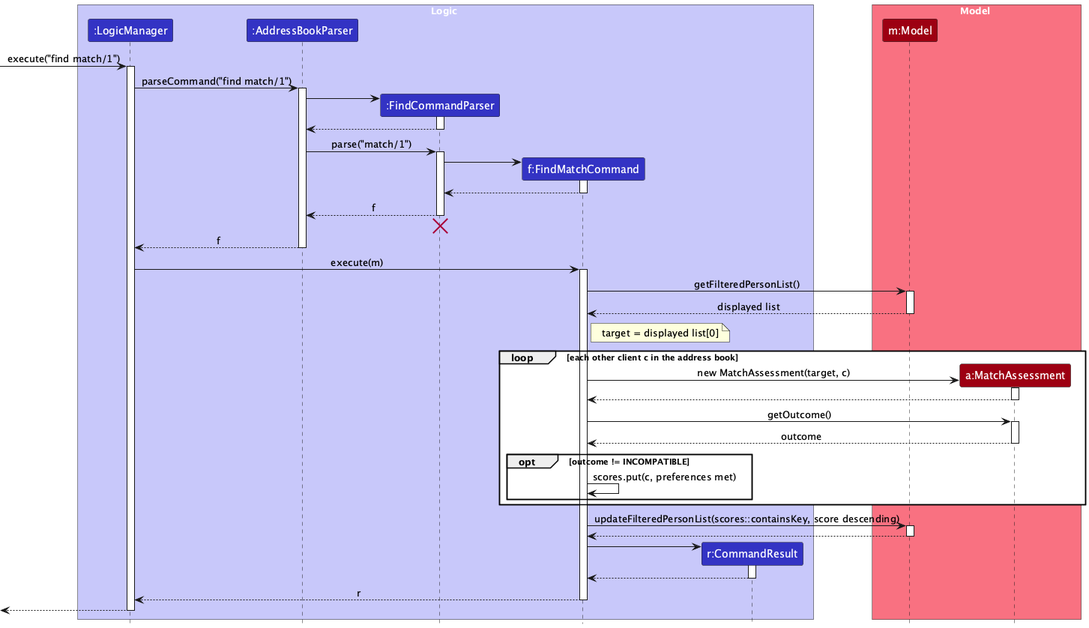
AY2627S1-CS2103T-W09-1/tp keeps this PlantUML diagram as docs/images/FindMatchSequenceDiagram.png. Above is the earlier version.
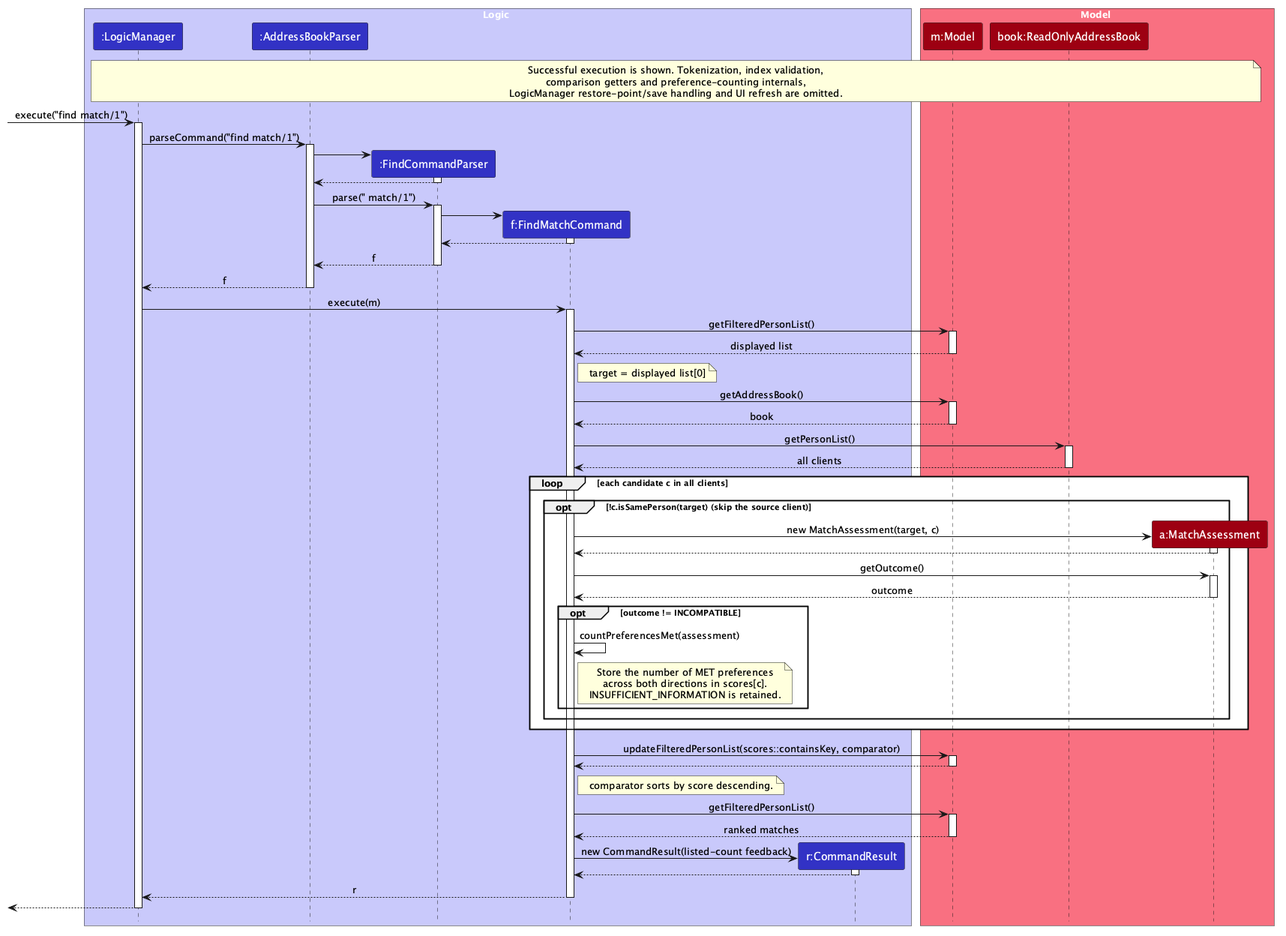
The same file after the commit.

What changed in the source:
```diff
@@ -12,8 +12,15 @@
 
 box Model MODEL_COLOR_T1
 participant "m:Model" as Model MODEL_COLOR
+participant "book:ReadOnlyAddressBook" as AddressBook MODEL_COLOR
 participant "a:MatchAssessment" as MatchAssessment MODEL_COLOR
 end box
+
+note over LogicManager, MatchAssessment
+Successful execution is shown. Tokenization, index validation,
+comparison getters and preference-counting internals,
+LogicManager restore-point/save handling and UI refresh are omitted.
+end note
 
 [-> LogicManager : execute("find match/1")
 activate LogicManager
@@ -28,7 +35,7 @@
 FindCommandParser --> AddressBookParser
 deactivate FindCommandParser
 
-AddressBookParser -> FindCommandParser : parse("match/1")
+AddressBookParser -> FindCommandParser : parse(" match/1")
 activate FindCommandParser
 
 create FindMatchCommand
@@ -40,8 +47,6 @@
 
 FindCommandParser --> AddressBookParser : f
 deactivate FindCommandParser
-FindCommandParser -[hidden]-> AddressBookParser
-destroy FindCommandParser
 
 AddressBookParser --> LogicManager : f
 deactivate AddressBookParser
@@ -58,30 +63,53 @@
 target = displayed list[0]
 end note
 
-loop each other client c in the address book
-    create MatchAssessment
-    FindMatchCommand -> MatchAssessment : new MatchAssessment(target, c)
-    activate MatchAssessment
-    MatchAssessment --> FindMatchCommand
-    deactivate MatchAssessment
+FindMatchCommand -> Model : getAddressBook()
+activate Model
+Model --> FindMatchCommand : book
+deactivate Model
+FindMatchCommand -> AddressBook : getPersonList()
+activate AddressBook
+AddressBook --> FindMatchCommand : all clients
+deactivate AddressBook
 
-    FindMatchCommand -> MatchAssessment : getOutcome()
-    activate MatchAssessment
-    MatchAssessment --> FindMatchCommand : outcome
-    deactivate MatchAssessment
+loop each candidate c in all clients
+    opt !c.isSamePerson(target) (skip the source client)
+        create MatchAssessment
+        FindMatchCommand -> MatchAssessment : new MatchAssessment(target, c)
+        activate MatchAssessment
+        MatchAssessment --> FindMatchCommand
+        deactivate MatchAssessment
 
-    opt outcome != INCOMPATIBLE
-        FindMatchCommand -> FindMatchCommand : scores.put(c, preferences met)
+        FindMatchCommand -> MatchAssessment : getOutcome()
+        activate MatchAssessment
+        MatchAssessment --> FindMatchCommand : outcome
+        deactivate MatchAssessment
+
+        opt outcome != INCOMPATIBLE
+            FindMatchCommand -> FindMatchCommand : countPreferencesMet(assessment)
+            note right of FindMatchCommand
+            Store the number of MET preferences
+            across both directions in scores[c].
+            INSUFFICIENT_INFORMATION is retained.
+            end note
+        end
     end
 end
 
-FindMatchCommand -> Model : updateFilteredPersonList(scores::containsKey, score descending)
+FindMatchCommand -> Model : updateFilteredPersonList(scores::containsKey, comparator)
 activate Model
 Model --> FindMatchCommand
 deactivate Model
 
+note right of FindMatchCommand : comparator sorts by score descending.
+
+FindMatchCommand -> Model : getFilteredPersonList()
+activate Model
+Model --> FindMatchCommand : ranked matches
+deactivate Model
+
 create CommandResult
-FindMatchCommand -> CommandResult
+FindMatchCommand -> CommandResult : new CommandResult(listed-count feedback)
 activate CommandResult
 CommandResult --> FindMatchCommand
 deactivate CommandResult
```
